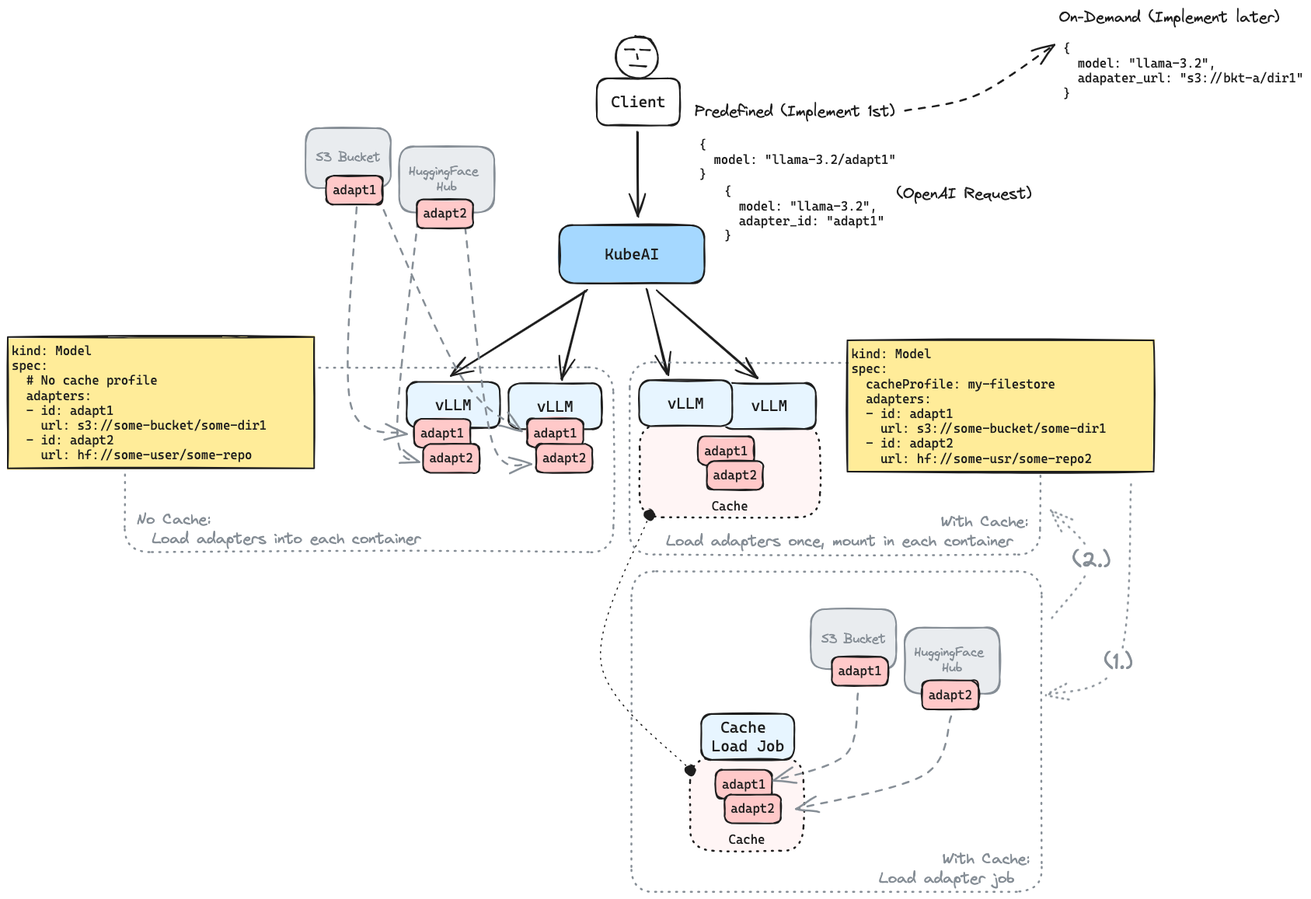
substratusai/kubeai keeps this Excalidraw diagram as proposals/diagrams/lora.excalidraw.png. Above is the earlier version. Source tidied: one line per element, renumbered; positions are measured from the earlier drawing's top-left corner, leaving out a move shared by most shapes.
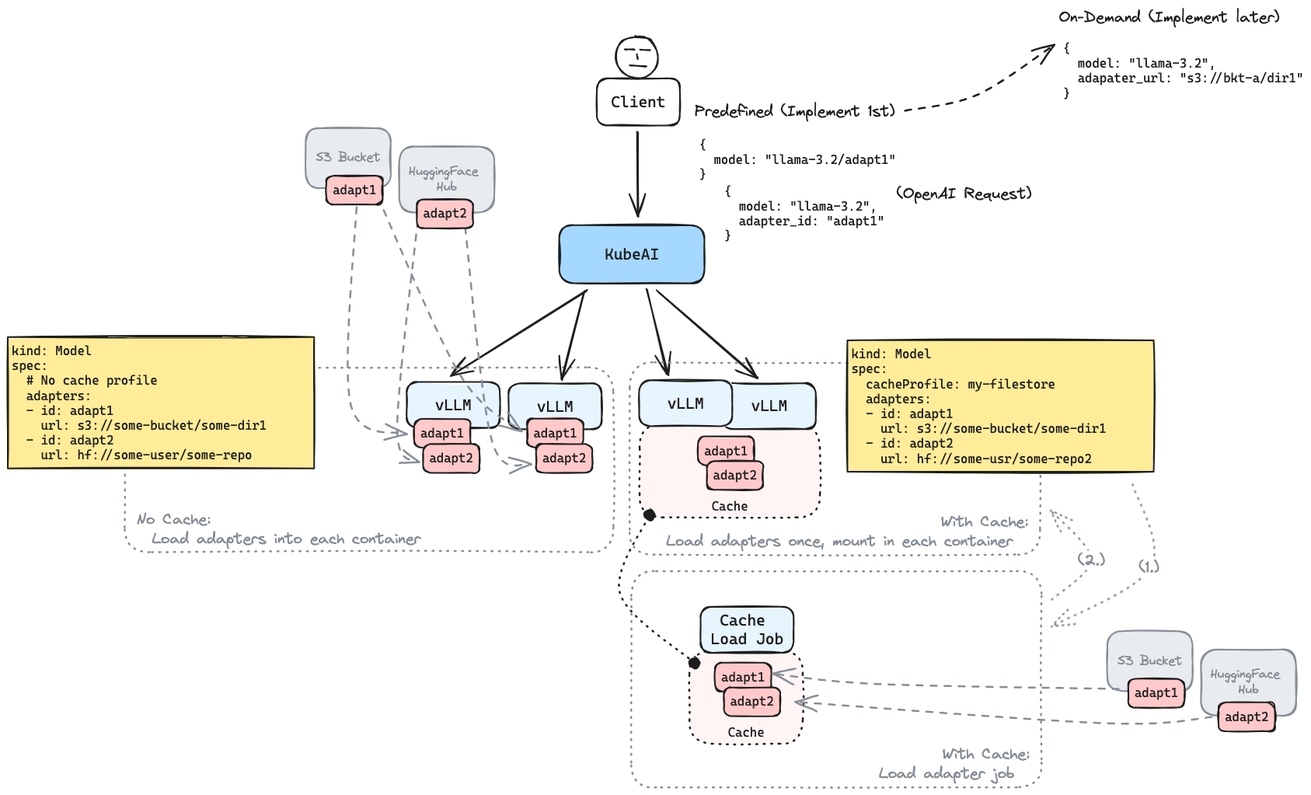
The same diagram one commit later.

The edit, as a diff of the source:
```diff
@@ -60,29 +60,29 @@
 {"id": 59, "type": "text", "text": "adapt2", "strokeColor": "#1e1e1e", "backgroundColor": "#ffc9c9", "fillStyle": "solid", "strokeWidth": 2, "roughness": 1, "fontSize": 16, "fontFamily": 3, "textAlign": "center", "verticalAlign": "middle", "inside": 58, "x": 534, "y": 255, "width": 56, "height": 19}
 {"id": 60, "type": "rectangle", "strokeColor": "#1e1e1e", "backgroundColor": "#ffc9c9", "fillStyle": "solid", "strokeWidth": 2, "roughness": 1, "round": true, "x": 410, "y": 216, "width": 72, "height": 37}
 {"id": 61, "type": "text", "text": "adapt1", "strokeColor": "#1e1e1e", "backgroundColor": "#ffc9c9", "fillStyle": "solid", "strokeWidth": 2, "roughness": 1, "fontSize": 16, "fontFamily": 3, "textAlign": "center", "verticalAlign": "middle", "inside": 60, "x": 418, "y": 225, "width": 56, "height": 19}
-{"id": 62, "type": "rectangle", "strokeColor": "#868e96", "backgroundColor": "#e9ecef", "fillStyle": "solid", "strokeWidth": 2, "roughness": 1, "round": true, "x": 1034, "y": 774, "width": 110, "height": 77}
+{"id": 62, "type": "rectangle", "strokeColor": "#868e96", "backgroundColor": "#e9ecef", "fillStyle": "solid", "strokeWidth": 2, "roughness": 1, "round": true, "x": 1415, "y": 802, "width": 110, "height": 77}
-{"id": 63, "type": "text", "text": "S3 Bucket", "strokeColor": "#868e96", "strokeWidth": 2, "roughness": 1, "fontSize": 16, "fontFamily": 1, "textAlign": "center", "verticalAlign": "middle", "inside": 62, "x": 1047, "y": 803, "width": 83, "height": 20}
+{"id": 63, "type": "text", "text": "S3 Bucket", "strokeColor": "#868e96", "strokeWidth": 2, "roughness": 1, "fontSize": 16, "fontFamily": 1, "textAlign": "center", "verticalAlign": "middle", "inside": 62, "x": 1428, "y": 831, "width": 83, "height": 20}
-{"id": 64, "type": "rectangle", "strokeColor": "#868e96", "backgroundColor": "#e9ecef", "fillStyle": "solid", "strokeWidth": 2, "roughness": 1, "round": true, "x": 1154, "y": 798, "width": 122, "height": 85}
+{"id": 64, "type": "rectangle", "strokeColor": "#868e96", "backgroundColor": "#e9ecef", "fillStyle": "solid", "strokeWidth": 2, "roughness": 1, "round": true, "x": 1535, "y": 826, "width": 122, "height": 85}
-{"id": 65, "type": "text", "text": "HuggingFace \nHub", "strokeColor": "#868e96", "strokeWidth": 2, "roughness": 1, "fontSize": 16, "fontFamily": 1, "textAlign": "center", "verticalAlign": "middle", "inside": 64, "x": 1166, "y": 820, "width": 98, "height": 40}
+{"id": 65, "type": "text", "text": "HuggingFace \nHub", "strokeColor": "#868e96", "strokeWidth": 2, "roughness": 1, "fontSize": 16, "fontFamily": 1, "textAlign": "center", "verticalAlign": "middle", "inside": 64, "x": 1548, "y": 848, "width": 98, "height": 40}
-{"id": 66, "type": "rectangle", "strokeColor": "#1e1e1e", "backgroundColor": "#ffc9c9", "fillStyle": "solid", "strokeWidth": 2, "roughness": 1, "round": true, "x": 1177, "y": 866, "width": 72, "height": 37}
+{"id": 66, "type": "rectangle", "strokeColor": "#1e1e1e", "backgroundColor": "#ffc9c9", "fillStyle": "solid", "strokeWidth": 2, "roughness": 1, "round": true, "x": 1558, "y": 894, "width": 72, "height": 37}
-{"id": 67, "type": "text", "text": "adapt2", "strokeColor": "#1e1e1e", "backgroundColor": "#ffc9c9", "fillStyle": "solid", "strokeWidth": 2, "roughness": 1, "fontSize": 16, "fontFamily": 3, "textAlign": "center", "verticalAlign": "middle", "inside": 66, "x": 1185, "y": 875, "width": 56, "height": 19}
+{"id": 67, "type": "text", "text": "adapt2", "strokeColor": "#1e1e1e", "backgroundColor": "#ffc9c9", "fillStyle": "solid", "strokeWidth": 2, "roughness": 1, "fontSize": 16, "fontFamily": 3, "textAlign": "center", "verticalAlign": "middle", "inside": 66, "x": 1566, "y": 903, "width": 56, "height": 19}
-{"id": 68, "type": "rectangle", "strokeColor": "#1e1e1e", "backgroundColor": "#ffc9c9", "fillStyle": "solid", "strokeWidth": 2, "roughness": 1, "round": true, "x": 1060, "y": 835, "width": 72, "height": 37}
+{"id": 68, "type": "rectangle", "strokeColor": "#1e1e1e", "backgroundColor": "#ffc9c9", "fillStyle": "solid", "strokeWidth": 2, "roughness": 1, "round": true, "x": 1442, "y": 863, "width": 72, "height": 37}
-{"id": 69, "type": "text", "text": "adapt1", "strokeColor": "#1e1e1e", "backgroundColor": "#ffc9c9", "fillStyle": "solid", "strokeWidth": 2, "roughness": 1, "fontSize": 16, "fontFamily": 3, "textAlign": "center", "verticalAlign": "middle", "inside": 68, "x": 1068, "y": 844, "width": 56, "height": 19}
+{"id": 69, "type": "text", "text": "adapt1", "strokeColor": "#1e1e1e", "backgroundColor": "#ffc9c9", "fillStyle": "solid", "strokeWidth": 2, "roughness": 1, "fontSize": 16, "fontFamily": 3, "textAlign": "center", "verticalAlign": "middle", "inside": 68, "x": 1450, "y": 872, "width": 56, "height": 19}
-{"id": 70, "type": "rectangle", "strokeColor": "#1e1e1e", "backgroundColor": "#fff5f5", "fillStyle": "solid", "strokeWidth": 2, "strokeStyle": "dotted", "roughness": 1, "round": true, "x": 878, "y": 965, "width": 146, "height": 120}
+{"id": 70, "type": "rectangle", "strokeColor": "#1e1e1e", "backgroundColor": "#fff5f5", "fillStyle": "solid", "strokeWidth": 2, "strokeStyle": "dotted", "roughness": 1, "round": true, "x": 877, "y": 827, "width": 146, "height": 120}
-{"id": 71, "type": "text", "text": "Cache", "strokeColor": "#1e1e1e", "backgroundColor": "#fff5f5", "fillStyle": "solid", "strokeWidth": 2, "roughness": 1, "fontSize": 16, "fontFamily": 3, "textAlign": "center", "verticalAlign": "bottom", "inside": 70, "x": 928, "y": 1061, "width": 47, "height": 19}
+{"id": 71, "type": "text", "text": "Cache", "strokeColor": "#1e1e1e", "backgroundColor": "#fff5f5", "fillStyle": "solid", "strokeWidth": 2, "roughness": 1, "fontSize": 16, "fontFamily": 3, "textAlign": "center", "verticalAlign": "bottom", "inside": 70, "x": 927, "y": 923, "width": 47, "height": 19}
-{"id": 72, "type": "rectangle", "strokeColor": "#1e1e1e", "backgroundColor": "#ffc9c9", "fillStyle": "solid", "strokeWidth": 2, "roughness": 1, "round": true, "x": 911, "y": 981, "width": 72, "height": 37}
+{"id": 72, "type": "rectangle", "strokeColor": "#1e1e1e", "backgroundColor": "#ffc9c9", "fillStyle": "solid", "strokeWidth": 2, "roughness": 1, "round": true, "x": 910, "y": 843, "width": 72, "height": 37}
-{"id": 73, "type": "text", "text": "adapt1", "strokeColor": "#1e1e1e", "backgroundColor": "#ffc9c9", "fillStyle": "solid", "strokeWidth": 2, "roughness": 1, "fontSize": 16, "fontFamily": 3, "textAlign": "center", "verticalAlign": "middle", "inside": 72, "x": 919, "y": 990, "width": 56, "height": 19}
+{"id": 73, "type": "text", "text": "adapt1", "strokeColor": "#1e1e1e", "backgroundColor": "#ffc9c9", "fillStyle": "solid", "strokeWidth": 2, "roughness": 1, "fontSize": 16, "fontFamily": 3, "textAlign": "center", "verticalAlign": "middle", "inside": 72, "x": 918, "y": 852, "width": 56, "height": 19}
-{"id": 74, "type": "rectangle", "strokeColor": "#1e1e1e", "backgroundColor": "#ffc9c9", "fillStyle": "solid", "strokeWidth": 2, "roughness": 1, "round": true, "x": 922, "y": 1012, "width": 72, "height": 37}
+{"id": 74, "type": "rectangle", "strokeColor": "#1e1e1e", "backgroundColor": "#ffc9c9", "fillStyle": "solid", "strokeWidth": 2, "roughness": 1, "round": true, "x": 921, "y": 874, "width": 72, "height": 37}
-{"id": 75, "type": "text", "text": "adapt2", "strokeColor": "#1e1e1e", "backgroundColor": "#ffc9c9", "fillStyle": "solid", "strokeWidth": 2, "roughness": 1, "fontSize": 16, "fontFamily": 3, "textAlign": "center", "verticalAlign": "middle", "inside": 74, "x": 930, "y": 1021, "width": 56, "height": 19}
+{"id": 75, "type": "text", "text": "adapt2", "strokeColor": "#1e1e1e", "backgroundColor": "#ffc9c9", "fillStyle": "solid", "strokeWidth": 2, "roughness": 1, "fontSize": 16, "fontFamily": 3, "textAlign": "center", "verticalAlign": "middle", "inside": 74, "x": 929, "y": 883, "width": 56, "height": 19}
-{"id": 76, "type": "rectangle", "strokeColor": "#1e1e1e", "backgroundColor": "#e7f5ff", "fillStyle": "solid", "strokeWidth": 2, "roughness": 1, "round": true, "x": 892, "y": 909, "width": 120, "height": 59}
+{"id": 76, "type": "rectangle", "strokeColor": "#1e1e1e", "backgroundColor": "#e7f5ff", "fillStyle": "solid", "strokeWidth": 2, "roughness": 1, "round": true, "x": 891, "y": 771, "width": 120, "height": 59}
-{"id": 77, "type": "text", "text": "Cache \nLoad Job", "strokeColor": "#1e1e1e", "backgroundColor": "#e7f5ff", "fillStyle": "solid", "strokeWidth": 2, "roughness": 1, "fontSize": 20, "fontFamily": 3, "textAlign": "center", "verticalAlign": "middle", "inside": 76, "x": 905, "y": 914, "width": 94, "height": 48}
+{"id": 77, "type": "text", "text": "Cache \nLoad Job", "strokeColor": "#1e1e1e", "backgroundColor": "#e7f5ff", "fillStyle": "solid", "strokeWidth": 2, "roughness": 1, "fontSize": 20, "fontFamily": 3, "textAlign": "center", "verticalAlign": "middle", "inside": 76, "x": 905, "y": 776, "width": 94, "height": 48}
-{"id": 78, "type": "arrow", "strokeColor": "#868e96", "strokeWidth": 2, "strokeStyle": "dashed", "roughness": 1, "endArrowhead": "arrow", "round": true, "from": 68, "to": 72, "x": 1095, "y": 884, "width": 109, "height": 110, "points": [[0, 0], [-17, 76], [-109, 110]]}
+{"id": 78, "type": "arrow", "strokeColor": "#868e96", "strokeWidth": 2, "strokeStyle": "dashed", "roughness": 1, "endArrowhead": "arrow", "round": true, "from": 68, "to": 72, "x": 1431, "y": 878, "width": 446, "height": 22, "points": [[0, 0], [-311, -8], [-446, -22]]}
-{"id": 79, "type": "arrow", "strokeColor": "#868e96", "strokeWidth": 2, "strokeStyle": "dashed", "roughness": 1, "endArrowhead": "arrow", "round": true, "from": 66, "x": 1214, "y": 911, "width": 201, "height": 120, "points": [[0, 0], [-34, 76], [-201, 120]]}
+{"id": 79, "type": "arrow", "strokeColor": "#868e96", "strokeWidth": 2, "strokeStyle": "dashed", "roughness": 1, "endArrowhead": "arrow", "round": true, "from": 66, "x": 1549, "y": 912, "width": 537, "height": 28, "points": [[0, 0], [-137, 9], [-537, -19]]}
-{"id": 80, "type": "rectangle", "strokeColor": "#868e96", "strokeWidth": 2, "strokeStyle": "dotted", "roughness": 1, "round": true, "x": 803, "y": 725, "width": 528, "height": 412}
+{"id": 80, "type": "rectangle", "strokeColor": "#868e96", "strokeWidth": 2, "strokeStyle": "dotted", "roughness": 1, "round": true, "x": 802, "y": 725, "width": 528, "height": 278}
-{"id": 81, "type": "text", "text": "With Cache: \nLoad adapter job   ", "strokeColor": "#868e96", "strokeWidth": 2, "strokeStyle": "dashed", "roughness": 1, "fontSize": 20, "fontFamily": 1, "textAlign": "right", "verticalAlign": "bottom", "inside": 80, "x": 1121, "y": 1083, "width": 204, "height": 50}
+{"id": 81, "type": "text", "text": "With Cache: \nLoad adapter job   ", "strokeColor": "#868e96", "strokeWidth": 2, "strokeStyle": "dashed", "roughness": 1, "fontSize": 20, "fontFamily": 1, "textAlign": "right", "verticalAlign": "bottom", "inside": 80, "x": 1121, "y": 948, "width": 204, "height": 50}
-{"id": 82, "type": "arrow", "strokeColor": "#868e96", "strokeWidth": 2, "strokeStyle": "dotted", "roughness": 1, "endArrowhead": "arrow", "round": true, "from": 48, "to": 80, "x": 1445, "y": 613, "width": 109, "height": 271, "points": [[0, 0], [-16, 229], [-109, 271]]}
+{"id": 82, "type": "arrow", "strokeColor": "#868e96", "strokeWidth": 2, "strokeStyle": "dotted", "roughness": 1, "endArrowhead": "arrow", "round": true, "from": 48, "to": 80, "x": 1445, "y": 613, "width": 127, "height": 182, "points": [[0, 0], [24, 108], [-104, 182]]}
-{"id": 83, "type": "text", "text": "(1.)", "strokeColor": "#868e96", "strokeWidth": 2, "strokeStyle": "dashed", "roughness": 1, "fontSize": 28, "fontFamily": 1, "textAlign": "center", "verticalAlign": "middle", "inside": 82, "x": 1411, "y": 825, "width": 36, "height": 35}
+{"id": 83, "type": "text", "text": "(1.)", "strokeColor": "#868e96", "strokeWidth": 2, "strokeStyle": "dashed", "roughness": 1, "fontSize": 20, "fontFamily": 1, "textAlign": "center", "verticalAlign": "middle", "inside": 82, "x": 1456, "y": 708, "width": 26, "height": 25}
-{"id": 84, "type": "arrow", "strokeColor": "#868e96", "strokeWidth": 2, "strokeStyle": "dotted", "roughness": 1, "endArrowhead": "arrow", "round": true, "from": 80, "to": 46, "x": 1344, "y": 788, "width": 52, "height": 140, "points": [[0, 0], [50, -77], [-2, -140]]}
+{"id": 84, "type": "arrow", "strokeColor": "#868e96", "strokeWidth": 2, "strokeStyle": "dotted", "roughness": 1, "endArrowhead": "arrow", "round": true, "from": 80, "to": 46, "x": 1344, "y": 764, "width": 52, "height": 117, "points": [[0, 0], [50, -53], [-2, -117]]}
-{"id": 85, "type": "text", "text": "(2.)", "strokeColor": "#868e96", "strokeWidth": 2, "strokeStyle": "dashed", "roughness": 1, "fontSize": 28, "fontFamily": 1, "textAlign": "center", "verticalAlign": "middle", "inside": 84, "x": 1373, "y": 654, "width": 49, "height": 35}
+{"id": 85, "type": "text", "text": "(2.)", "strokeColor": "#868e96", "strokeWidth": 2, "strokeStyle": "dashed", "roughness": 1, "fontSize": 20, "fontFamily": 1, "textAlign": "center", "verticalAlign": "middle", "inside": 84, "x": 1377, "y": 699, "width": 35, "height": 25}
-{"id": 86, "type": "arrow", "strokeColor": "#1e1e1e", "strokeWidth": 1, "strokeStyle": "dotted", "roughness": 1, "startArrowhead": "dot", "endArrowhead": "dot", "round": true, "from": 76, "x": 877, "y": 980, "width": 113, "height": 329, "points": [[0, 0], [-113, -136], [-52, -329]]}
+{"id": 86, "type": "arrow", "strokeColor": "#1e1e1e", "strokeWidth": 2, "strokeStyle": "dotted", "roughness": 1, "startArrowhead": "dot", "endArrowhead": "dot", "round": true, "from": 76, "x": 883, "y": 842, "width": 94, "height": 191, "points": [[0, 0], [-94, -87], [-57, -191]]}
 {"id": 87, "type": "text", "text": "(OpenAI Request)", "strokeColor": "#1e1e1e", "strokeWidth": 1, "strokeStyle": "dotted", "roughness": 1, "fontSize": 20, "fontFamily": 1, "textAlign": "right", "x": 1144, "y": 227, "width": 174, "height": 25}
```
